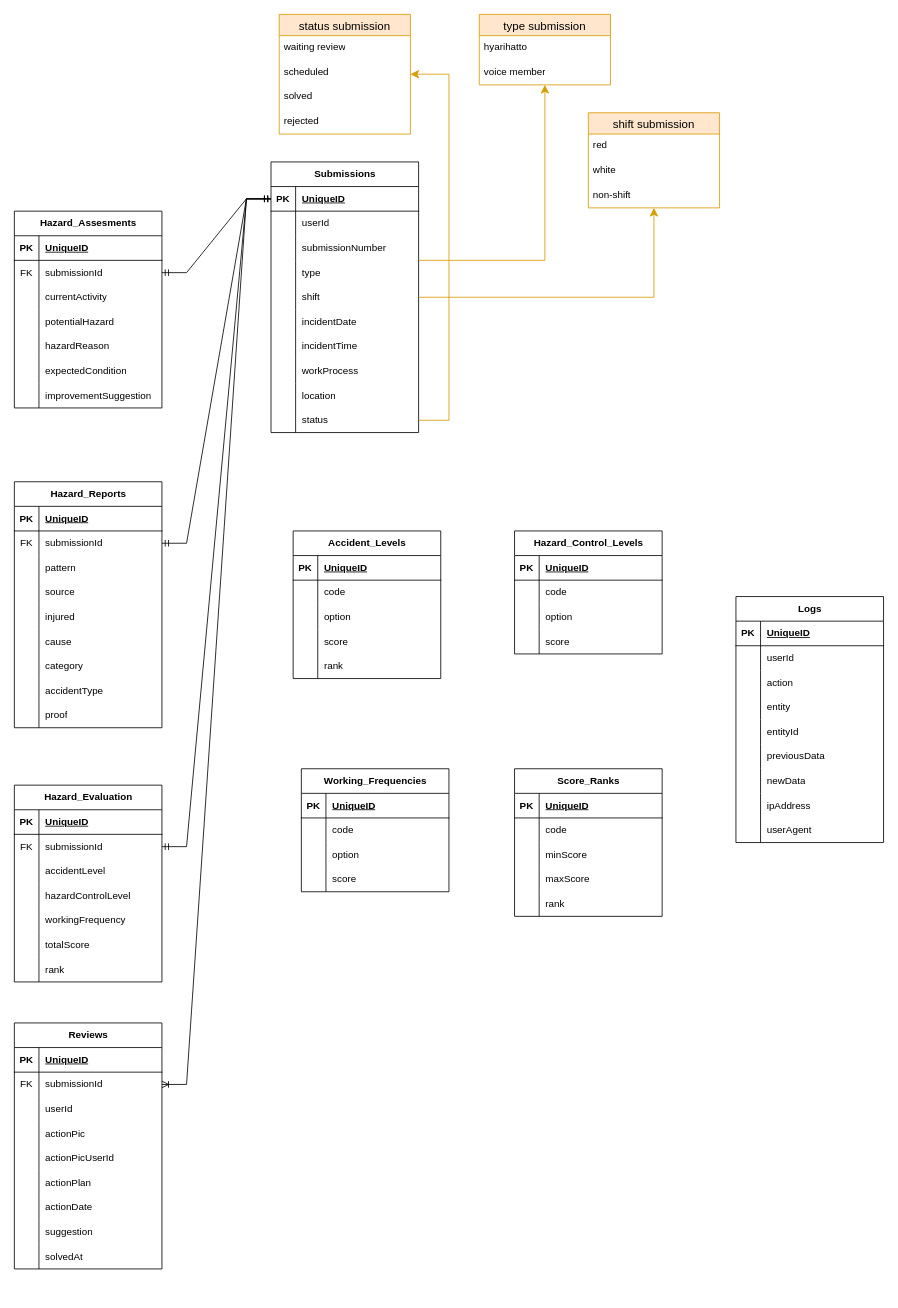
Earlier version of the draw.io diagram page "ERD" (2 of 2) of sys_design/Flow_ERD.drawio (bagususwanto/think-forward). Source tidied: cells renumbered, new cells numbered last; positions are measured from the earlier drawing's top-left corner, leaving out a move shared by most shapes. Both pictures are drawn from the tidied source at 82%, with x=0, y=0 at pixel (14, 14).
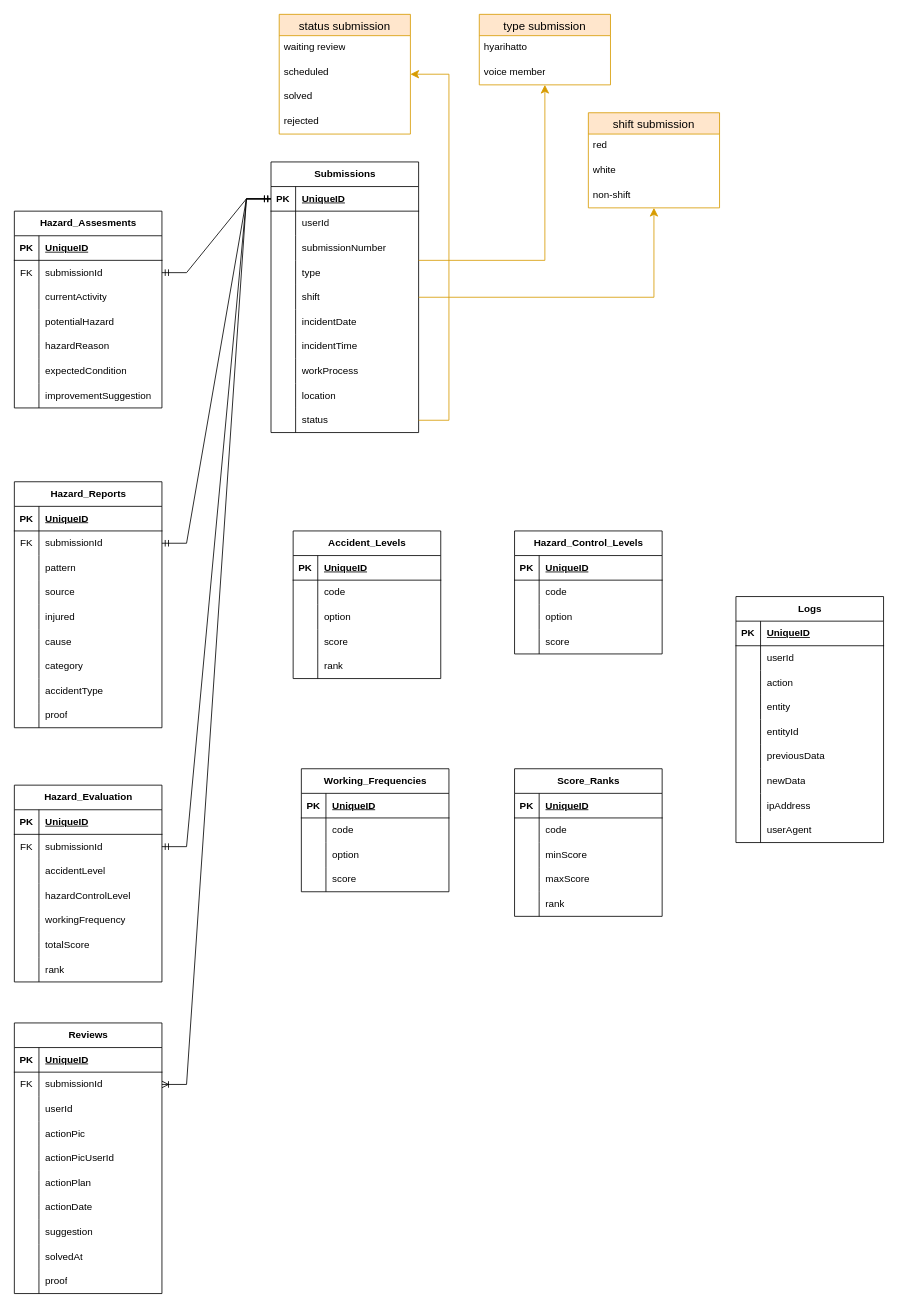
The same page after the edit.

Diff of the diagram source:
```diff
@@
     <mxCell id="33" value="Reviews" style="shape=table;startSize=30;childLayout=tableLayout;rowLines=0;fontStyle=1;align=center;html=1;" parent="1" vertex="1">
-      <mxGeometry y="1230" width="180" height="300" as="geometry" />
+      <mxGeometry y="1230" width="180" height="330" as="geometry" />
     </mxCell>
@@
+    <mxCell id="238" style="shape=tableRow;horizontal=0;startSize=0;swimlaneHead=0;swimlaneBody=0;fillColor=none;top=0;left=0;right=0;bottom=0;" parent="33" vertex="1">
+      <mxGeometry y="300" width="180" height="30" as="geometry" />
+    </mxCell>
+    <mxCell id="239" style="shape=partialRectangle;fillColor=none;top=0;left=0;bottom=0;right=0;overflow=hidden;whiteSpace=wrap;html=1;" parent="238" vertex="1">
+      <mxGeometry width="30" height="30" as="geometry" />
+    </mxCell>
+    <mxCell id="240" value="proof" style="shape=partialRectangle;fillColor=none;top=0;left=0;bottom=0;right=0;align=left;spacingLeft=6;overflow=hidden;whiteSpace=wrap;html=1;" parent="238" vertex="1">
+      <mxGeometry x="30" width="150" height="30" as="geometry" />
+    </mxCell>
```
